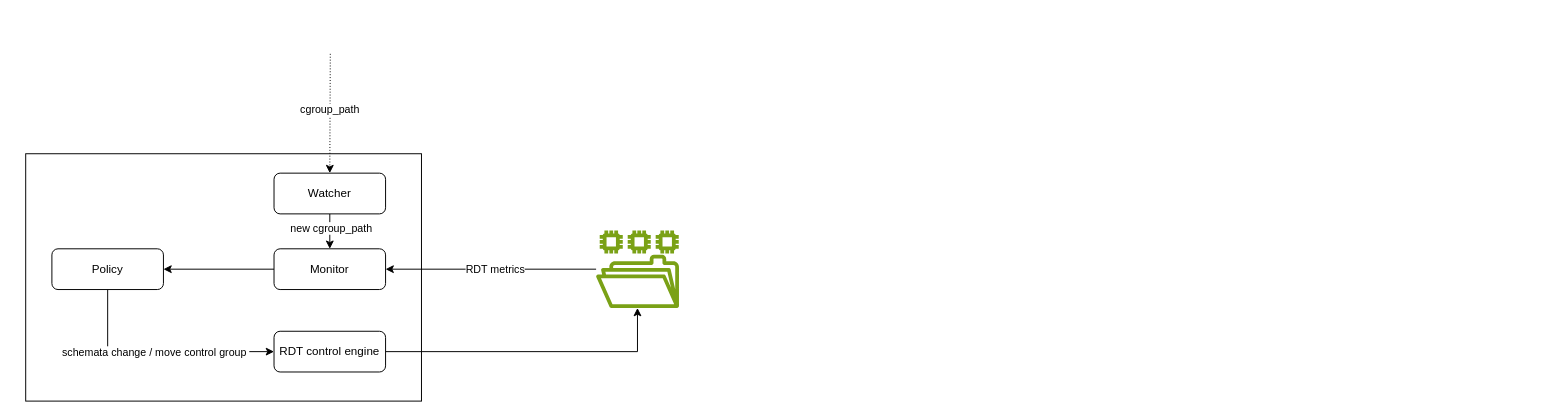
The draw.io diagram page "第 6 页" (7 of 7) of docs/proposals/koordinator_rdt.drawio in kangclzjc/koordinator, before the edit. Source tidied: cells renumbered, new cells numbered last; positions are measured from the earlier drawing's top-left corner, leaving out a move shared by most shapes. Both pictures are drawn from the tidied source at 97%, with x=0, y=0 at pixel (25, 53).
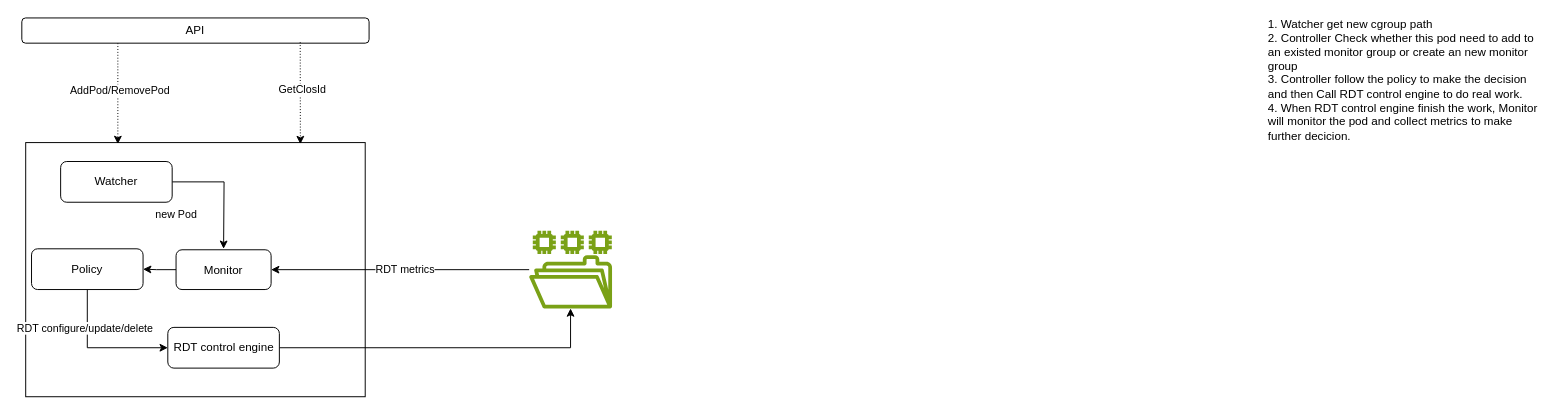
Above is the later version.

The edit, as a diff of the source:
```diff
@@
     <mxCell id="2" style="rounded=0;whiteSpace=wrap;html=1;" parent="1" vertex="1">
-      <mxGeometry y="103" width="408" height="255" as="geometry" />
+      <mxGeometry y="91.5" width="350" height="262" as="geometry" />
     </mxCell>
-    <mxCell id="3" style="edgeStyle=orthogonalEdgeStyle;rounded=0;jettySize=auto;html=1;" parent="1" edge="1" source="5" target="10">
-      <mxGeometry relative="1" as="geometry" />
+    <mxCell id="3" style="edgeStyle=orthogonalEdgeStyle;rounded=0;jettySize=auto;html=1;" parent="1" edge="1" source="5">
+      <mxGeometry relative="1" as="geometry">
+        <mxPoint x="204" y="201" as="targetPoint" />
+      </mxGeometry>
     </mxCell>
-    <mxCell id="4" value="new cgroup_path" style="edgeLabel;html=1;align=center;verticalAlign=middle;" parent="3" vertex="1">
+    <mxCell id="4" value="new Pod" style="edgeLabel;html=1;align=center;verticalAlign=middle;" parent="3" vertex="1">
       <mxGeometry x="-0.39" y="1" relative="1" as="geometry">
-        <mxPoint y="1" as="offset" />
+        <mxPoint x="-34" y="34" as="offset" />
       </mxGeometry>
     </mxCell>
     <mxCell id="5" value="Watcher" style="rounded=1;whiteSpace=wrap;html=1;" parent="1" vertex="1">
-      <mxGeometry x="256" y="123" width="115" height="42" as="geometry" />
+      <mxGeometry x="36" y="111" width="115" height="42" as="geometry" />
     </mxCell>
-    <mxCell id="6" style="edgeStyle=orthogonalEdgeStyle;rounded=0;jettySize=auto;html=1;entryX=0;entryY=0.5;entryDx=0;entryDy=0;" parent="1" edge="1" source="8" target="12">
-      <mxGeometry relative="1" as="geometry">
-        <Array as="points">
-          <mxPoint x="85" y="307" />
-        </Array>
-      </mxGeometry>
+    <mxCell id="6" style="edgeStyle=orthogonalEdgeStyle;rounded=0;jettySize=auto;html=1;exitX=0.5;exitY=1;exitDx=0;exitDy=0;entryX=0;entryY=0.5;entryDx=0;entryDy=0;" parent="1" edge="1" source="8" target="12">
+      <mxGeometry relative="1" as="geometry" />
     </mxCell>
-    <mxCell id="7" value="schemata change / move control group&amp;nbsp;" style="edgeLabel;html=1;align=center;verticalAlign=middle;" parent="6" vertex="1">
-      <mxGeometry x="0.1" y="1" relative="1" as="geometry">
-        <mxPoint x="-17" y="1" as="offset" />
-      </mxGeometry>
-    </mxCell>
+    <mxCell id="18" value="RDT configure/update/delete" style="edgeLabel;html=1;align=center;verticalAlign=middle;" parent="6" vertex="1">
+      <mxGeometry x="-0.46" y="-3" relative="1" as="geometry" />
+    </mxCell>
     <mxCell id="8" value="Policy" style="rounded=1;whiteSpace=wrap;html=1;" parent="1" vertex="1">
-      <mxGeometry x="27" y="201" width="115" height="42" as="geometry" />
+      <mxGeometry x="6" y="201" width="115" height="42" as="geometry" />
     </mxCell>
-    <mxCell id="9" style="edgeStyle=orthogonalEdgeStyle;rounded=0;jettySize=auto;html=1;exitX=0;exitY=0.5;exitDx=0;exitDy=0;" parent="1" edge="1" source="10" target="8">
+    <mxCell id="9" style="edgeStyle=orthogonalEdgeStyle;rounded=0;jettySize=auto;html=1;" parent="1" edge="1" source="10" target="8">
       <mxGeometry relative="1" as="geometry" />
     </mxCell>
-    <mxCell id="10" value="Monitor" style="rounded=1;whiteSpace=wrap;html=1;" parent="1" vertex="1">
-      <mxGeometry x="256" y="201" width="115" height="42" as="geometry" />
-    </mxCell>
@@
     <mxCell id="12" value="RDT control engine" style="rounded=1;whiteSpace=wrap;html=1;" parent="1" vertex="1">
-      <mxGeometry x="256" y="286" width="115" height="42" as="geometry" />
+      <mxGeometry x="146.5" y="282" width="115" height="42" as="geometry" />
     </mxCell>
-    <mxCell id="13" style="endArrow=classic;html=1;rounded=0;entryX=0.5;entryY=0;entryDx=0;entryDy=0;dashed=1;dashPattern=1 2;" parent="1" edge="1" target="5">
+    <mxCell id="13" style="endArrow=classic;html=1;rounded=0;dashed=1;dashPattern=1 2;" parent="1" edge="1">
       <mxGeometry relative="1" as="geometry">
-        <mxPoint x="314" as="sourcePoint" />
+        <mxPoint x="95" y="-11" as="sourcePoint" />
+        <mxPoint x="95" y="93" as="targetPoint" />
       </mxGeometry>
     </mxCell>
-    <mxCell id="14" value="cgroup_path&amp;nbsp;" style="edgeLabel;html=1;align=center;verticalAlign=middle;" parent="13" vertex="1">
+    <mxCell id="14" value="AddPod/RemovePod" style="edgeLabel;html=1;align=center;verticalAlign=middle;" parent="13" vertex="1">
       <mxGeometry x="-0.07" y="1" relative="1" as="geometry" />
     </mxCell>
-    <mxCell id="15" style="edgeStyle=orthogonalEdgeStyle;rounded=0;jettySize=auto;html=1;" parent="1" edge="1" source="17" target="10">
+    <mxCell id="15" style="edgeStyle=orthogonalEdgeStyle;rounded=0;jettySize=auto;html=1;entryX=1;entryY=0.5;entryDx=0;entryDy=0;" parent="1" edge="1" source="17" target="10">
       <mxGeometry relative="1" as="geometry" />
     </mxCell>
@@
     <mxCell id="17" style="sketch=0;outlineConnect=0;fontColor=#232F3E;gradientColor=none;fillColor=#7AA116;strokeColor=none;dashed=0;verticalLabelPosition=bottom;verticalAlign=top;align=center;html=1;fontSize=12;fontStyle=0;shape=mxgraph.aws4.file_system;" parent="1" vertex="1">
-      <mxGeometry x="588" y="182" width="85.5" height="80" as="geometry" />
+      <mxGeometry x="519" y="182.5" width="85.5" height="80" as="geometry" />
     </mxCell>
+    <mxCell id="19" value="1. Watcher get new cgroup path&lt;br&gt;2. Controller Check whether this pod need to add to an existed monitor group or create an new monitor group&lt;br&gt;3. Controller follow the policy to make the decision and then Call RDT control engine to do real work.&lt;br&gt;4. When RDT control engine finish the work, Monitor will monitor the pod and collect metrics to make further decicion." style="text;html=1;strokeColor=none;fillColor=none;align=left;verticalAlign=middle;whiteSpace=wrap;rounded=0;" parent="1" vertex="1">
+      <mxGeometry x="1279" y="-12" width="284" height="77" as="geometry" />
+    </mxCell>
+    <mxCell id="10" value="Monitor" style="rounded=1;whiteSpace=wrap;html=1;" parent="1" vertex="1">
+      <mxGeometry x="155" y="202" width="98" height="41" as="geometry" />
+    </mxCell>
+    <mxCell id="20" value="API" style="rounded=1;whiteSpace=wrap;html=1;" parent="1" vertex="1">
+      <mxGeometry x="-4" y="-37" width="358" height="26" as="geometry" />
+    </mxCell>
+    <mxCell id="21" style="endArrow=classic;html=1;rounded=0;dashed=1;dashPattern=1 2;entryX=0.809;entryY=0.006;entryDx=0;entryDy=0;entryPerimeter=0;" parent="1" edge="1" target="2">
+      <mxGeometry relative="1" as="geometry">
+        <mxPoint x="283" y="-12" as="sourcePoint" />
+      </mxGeometry>
+    </mxCell>
+    <mxCell id="22" value="GetClosId" style="edgeLabel;html=1;align=center;verticalAlign=middle;" parent="21" vertex="1">
+      <mxGeometry x="-0.07" y="1" relative="1" as="geometry" />
+    </mxCell>
```
